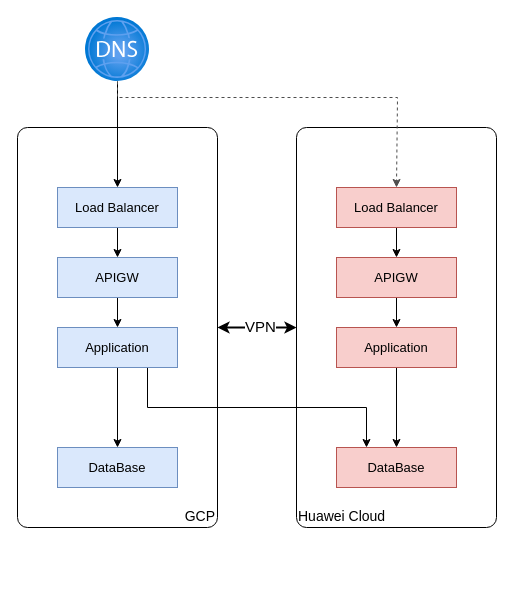
Before: Untitled Diagram.drawio in keliu-chs/mydocs, a draw.io diagram. Source tidied: cells renumbered, new cells numbered last; positions are measured from the earlier drawing's top-left corner, leaving out a move shared by most shapes. Both pictures are drawn from the tidied source at 100%, with x=0, y=0 at pixel (17, 17).
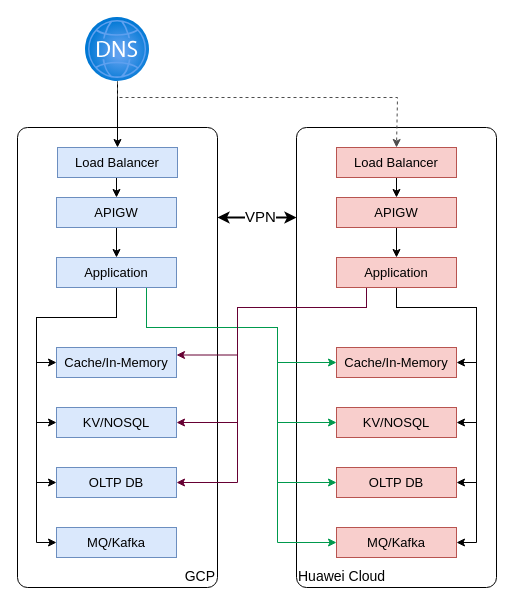
The same page after the edit.

Change to the diagram source:
```diff
@@
-    <mxCell id="2" style="edgeStyle=orthogonalEdgeStyle;rounded=0;jettySize=auto;html=1;exitX=1;exitY=0.5;exitDx=0;exitDy=0;entryX=0;entryY=0.5;entryDx=0;entryDy=0;startArrow=classic;startFill=1;strokeWidth=2;" parent="1" edge="1" source="4" target="5">
-      <mxGeometry relative="1" as="geometry" />
+    <mxCell id="2" style="edgeStyle=orthogonalEdgeStyle;rounded=0;orthogonalLoop=1;jettySize=auto;html=1;exitX=1;exitY=0.25;exitDx=0;exitDy=0;entryX=0;entryY=0.25;entryDx=0;entryDy=0;startArrow=classic;startFill=1;strokeWidth=2;" parent="1" edge="1">
+      <mxGeometry relative="1" as="geometry">
+        <mxPoint x="200" y="200" as="sourcePoint" />
+        <mxPoint x="279" y="200" as="targetPoint" />
+      </mxGeometry>
     </mxCell>
@@
     <mxCell id="4" value="GCP" style="rounded=1;whiteSpace=wrap;html=1;arcSize=5;verticalAlign=bottom;align=right;fontSize=14;" parent="1" vertex="1">
-      <mxGeometry y="110" width="200" height="400" as="geometry" />
+      <mxGeometry y="110" width="200" height="460" as="geometry" />
     </mxCell>
     <mxCell id="5" value="Huawei Cloud" style="rounded=1;whiteSpace=wrap;html=1;arcSize=5;verticalAlign=bottom;align=left;fontSize=14;" parent="1" vertex="1">
-      <mxGeometry x="279" y="110" width="200" height="400" as="geometry" />
+      <mxGeometry x="279" y="110" width="200" height="460" as="geometry" />
     </mxCell>
@@
     <mxCell id="7" value="Load Balancer" style="rounded=0;whiteSpace=wrap;html=1;fillColor=#dae8fc;strokeColor=#6c8ebf;fontSize=13;" parent="1" vertex="1">
-      <mxGeometry x="40" y="170" width="120" height="40" as="geometry" />
+      <mxGeometry x="40" y="130" width="120" height="30" as="geometry" />
     </mxCell>
@@
     <mxCell id="9" value="Load Balancer" style="rounded=0;whiteSpace=wrap;html=1;fillColor=#f8cecc;strokeColor=#b85450;fontSize=13;" parent="1" vertex="1">
-      <mxGeometry x="319" y="170" width="120" height="40" as="geometry" />
+      <mxGeometry x="319" y="130" width="120" height="30" as="geometry" />
     </mxCell>
@@
     <mxCell id="11" value="APIGW" style="rounded=0;whiteSpace=wrap;html=1;fillColor=#dae8fc;strokeColor=#6c8ebf;fontSize=13;" parent="1" vertex="1">
-      <mxGeometry x="40" y="240" width="120" height="40" as="geometry" />
+      <mxGeometry x="39" y="180" width="120" height="30" as="geometry" />
     </mxCell>
@@
     <mxCell id="13" value="APIGW" style="rounded=0;whiteSpace=wrap;html=1;fillColor=#f8cecc;strokeColor=#b85450;fontSize=13;" parent="1" vertex="1">
-      <mxGeometry x="319" y="240" width="120" height="40" as="geometry" />
+      <mxGeometry x="319" y="180" width="120" height="30" as="geometry" />
     </mxCell>
-    <mxCell id="14" style="edgeStyle=orthogonalEdgeStyle;rounded=0;jettySize=auto;html=1;exitX=0.5;exitY=1;exitDx=0;exitDy=0;entryX=0.5;entryY=0;entryDx=0;entryDy=0;fontSize=13;" parent="1" edge="1" source="16" target="19">
+    <mxCell id="14" style="edgeStyle=orthogonalEdgeStyle;rounded=0;jettySize=auto;html=1;exitX=0.5;exitY=1;exitDx=0;exitDy=0;entryX=0;entryY=0.5;entryDx=0;entryDy=0;fontSize=13;" parent="1" edge="1" source="16" target="19">
       <mxGeometry relative="1" as="geometry" />
     </mxCell>
+    <mxCell id="24" style="edgeStyle=orthogonalEdgeStyle;rounded=0;jettySize=auto;html=1;exitX=0.5;exitY=1;exitDx=0;exitDy=0;entryX=0;entryY=0.5;entryDx=0;entryDy=0;" parent="1" edge="1" source="16" target="36">
+      <mxGeometry relative="1" as="geometry">
+        <Array as="points">
+          <mxPoint x="99" y="300" />
+          <mxPoint x="19" y="300" />
+          <mxPoint x="19" y="405" />
+        </Array>
+      </mxGeometry>
+    </mxCell>
+    <mxCell id="25" style="edgeStyle=orthogonalEdgeStyle;rounded=0;jettySize=auto;html=1;exitX=0.5;exitY=1;exitDx=0;exitDy=0;entryX=0;entryY=0.5;entryDx=0;entryDy=0;" parent="1" edge="1" source="16" target="37">
+      <mxGeometry relative="1" as="geometry">
+        <Array as="points">
+          <mxPoint x="99" y="300" />
+          <mxPoint x="19" y="300" />
+          <mxPoint x="19" y="465" />
+        </Array>
+      </mxGeometry>
+    </mxCell>
+    <mxCell id="26" style="edgeStyle=orthogonalEdgeStyle;rounded=0;jettySize=auto;html=1;exitX=0.5;exitY=1;exitDx=0;exitDy=0;entryX=0;entryY=0.5;entryDx=0;entryDy=0;" parent="1" edge="1" source="16" target="40">
+      <mxGeometry relative="1" as="geometry">
+        <Array as="points">
+          <mxPoint x="99" y="300" />
+          <mxPoint x="19" y="300" />
+          <mxPoint x="19" y="525" />
+        </Array>
+      </mxGeometry>
+    </mxCell>
+    <mxCell id="27" style="edgeStyle=orthogonalEdgeStyle;rounded=0;jettySize=auto;html=1;exitX=0.75;exitY=1;exitDx=0;exitDy=0;entryX=0;entryY=0.5;entryDx=0;entryDy=0;strokeColor=#00994D;" parent="1" edge="1" source="16" target="38">
+      <mxGeometry relative="1" as="geometry">
+        <Array as="points">
+          <mxPoint x="129" y="310" />
+          <mxPoint x="260" y="310" />
+          <mxPoint x="260" y="405" />
+        </Array>
+      </mxGeometry>
+    </mxCell>
-    <mxCell id="15" style="edgeStyle=orthogonalEdgeStyle;rounded=0;jettySize=auto;html=1;exitX=0.75;exitY=1;exitDx=0;exitDy=0;entryX=0.25;entryY=0;entryDx=0;entryDy=0;" parent="1" edge="1" source="16" target="20">
-      <mxGeometry relative="1" as="geometry" />
+    <mxCell id="15" style="edgeStyle=orthogonalEdgeStyle;rounded=0;jettySize=auto;html=1;exitX=0.75;exitY=1;exitDx=0;exitDy=0;entryX=0;entryY=0.5;entryDx=0;entryDy=0;strokeColor=#00994D;" parent="1" edge="1" source="16" target="20">
+      <mxGeometry relative="1" as="geometry">
+        <Array as="points">
+          <mxPoint x="129" y="310" />
+          <mxPoint x="260" y="310" />
+          <mxPoint x="260" y="345" />
+        </Array>
+      </mxGeometry>
     </mxCell>
+    <mxCell id="28" style="edgeStyle=orthogonalEdgeStyle;rounded=0;jettySize=auto;html=1;exitX=0.75;exitY=1;exitDx=0;exitDy=0;entryX=0;entryY=0.5;entryDx=0;entryDy=0;strokeColor=#00994D;" parent="1" edge="1" source="16" target="39">
+      <mxGeometry relative="1" as="geometry">
+        <Array as="points">
+          <mxPoint x="129" y="310" />
+          <mxPoint x="260" y="310" />
+          <mxPoint x="260" y="465" />
+        </Array>
+      </mxGeometry>
+    </mxCell>
+    <mxCell id="29" style="edgeStyle=orthogonalEdgeStyle;rounded=0;jettySize=auto;html=1;exitX=0.75;exitY=1;exitDx=0;exitDy=0;entryX=0;entryY=0.5;entryDx=0;entryDy=0;strokeColor=#00994D;" parent="1" edge="1" source="16" target="41">
+      <mxGeometry relative="1" as="geometry">
+        <Array as="points">
+          <mxPoint x="129" y="310" />
+          <mxPoint x="260" y="310" />
+          <mxPoint x="260" y="525" />
+        </Array>
+      </mxGeometry>
+    </mxCell>
     <mxCell id="16" value="Application" style="rounded=0;whiteSpace=wrap;html=1;fillColor=#dae8fc;strokeColor=#6c8ebf;fontSize=13;" parent="1" vertex="1">
-      <mxGeometry x="40" y="310" width="120" height="40" as="geometry" />
+      <mxGeometry x="39" y="240" width="120" height="30" as="geometry" />
     </mxCell>
+    <mxCell id="30" style="edgeStyle=orthogonalEdgeStyle;rounded=0;jettySize=auto;html=1;exitX=0.25;exitY=1;exitDx=0;exitDy=0;entryX=1;entryY=0.25;entryDx=0;entryDy=0;strokeColor=#660033;" parent="1" edge="1" source="18" target="19">
+      <mxGeometry relative="1" as="geometry">
+        <Array as="points">
+          <mxPoint x="349" y="290" />
+          <mxPoint x="220" y="290" />
+          <mxPoint x="220" y="338" />
+        </Array>
+      </mxGeometry>
+    </mxCell>
+    <mxCell id="31" style="edgeStyle=orthogonalEdgeStyle;rounded=0;jettySize=auto;html=1;exitX=0.25;exitY=1;exitDx=0;exitDy=0;entryX=1;entryY=0.5;entryDx=0;entryDy=0;strokeColor=#660033;" parent="1" edge="1" source="18" target="36">
+      <mxGeometry relative="1" as="geometry">
+        <Array as="points">
+          <mxPoint x="349" y="290" />
+          <mxPoint x="220" y="290" />
+          <mxPoint x="220" y="405" />
+        </Array>
+      </mxGeometry>
+    </mxCell>
+    <mxCell id="32" style="edgeStyle=orthogonalEdgeStyle;rounded=0;jettySize=auto;html=1;exitX=0.25;exitY=1;exitDx=0;exitDy=0;entryX=1;entryY=0.5;entryDx=0;entryDy=0;strokeColor=#660033;" parent="1" edge="1" source="18" target="37">
+      <mxGeometry relative="1" as="geometry">
+        <Array as="points">
+          <mxPoint x="349" y="290" />
+          <mxPoint x="220" y="290" />
+          <mxPoint x="220" y="465" />
+        </Array>
+      </mxGeometry>
+    </mxCell>
+    <mxCell id="33" style="edgeStyle=orthogonalEdgeStyle;rounded=0;jettySize=auto;html=1;exitX=0.5;exitY=1;exitDx=0;exitDy=0;entryX=1;entryY=0.5;entryDx=0;entryDy=0;" parent="1" edge="1" source="18" target="39">
+      <mxGeometry relative="1" as="geometry">
+        <Array as="points">
+          <mxPoint x="379" y="290" />
+          <mxPoint x="459" y="290" />
+          <mxPoint x="459" y="465" />
+        </Array>
+      </mxGeometry>
+    </mxCell>
-    <mxCell id="17" style="edgeStyle=orthogonalEdgeStyle;rounded=0;jettySize=auto;html=1;exitX=0.5;exitY=1;exitDx=0;exitDy=0;entryX=0.5;entryY=0;entryDx=0;entryDy=0;fontSize=13;" parent="1" edge="1" source="18" target="20">
-      <mxGeometry relative="1" as="geometry" />
+    <mxCell id="17" style="edgeStyle=orthogonalEdgeStyle;rounded=0;jettySize=auto;html=1;exitX=0.5;exitY=1;exitDx=0;exitDy=0;entryX=1;entryY=0.5;entryDx=0;entryDy=0;" parent="1" edge="1" source="18" target="20">
+      <mxGeometry relative="1" as="geometry">
+        <Array as="points">
+          <mxPoint x="379" y="290" />
+          <mxPoint x="459" y="290" />
+          <mxPoint x="459" y="345" />
+        </Array>
+      </mxGeometry>
     </mxCell>
+    <mxCell id="34" style="edgeStyle=orthogonalEdgeStyle;rounded=0;jettySize=auto;html=1;exitX=0.5;exitY=1;exitDx=0;exitDy=0;entryX=1;entryY=0.5;entryDx=0;entryDy=0;" parent="1" edge="1" source="18" target="38">
+      <mxGeometry relative="1" as="geometry">
+        <Array as="points">
+          <mxPoint x="379" y="290" />
+          <mxPoint x="459" y="290" />
+          <mxPoint x="459" y="405" />
+        </Array>
+      </mxGeometry>
+    </mxCell>
+    <mxCell id="35" style="edgeStyle=orthogonalEdgeStyle;rounded=0;jettySize=auto;html=1;exitX=0.5;exitY=1;exitDx=0;exitDy=0;entryX=1;entryY=0.5;entryDx=0;entryDy=0;" parent="1" edge="1" source="18" target="41">
+      <mxGeometry relative="1" as="geometry">
+        <Array as="points">
+          <mxPoint x="379" y="290" />
+          <mxPoint x="459" y="290" />
+          <mxPoint x="459" y="525" />
+        </Array>
+      </mxGeometry>
+    </mxCell>
     <mxCell id="18" value="Application" style="rounded=0;whiteSpace=wrap;html=1;fillColor=#f8cecc;strokeColor=#b85450;fontSize=13;" parent="1" vertex="1">
-      <mxGeometry x="319" y="310" width="120" height="40" as="geometry" />
+      <mxGeometry x="319" y="240" width="120" height="30" as="geometry" />
     </mxCell>
-    <mxCell id="19" value="DataBase" style="rounded=0;whiteSpace=wrap;html=1;fillColor=#dae8fc;strokeColor=#6c8ebf;fontSize=13;" parent="1" vertex="1">
-      <mxGeometry x="40" y="430" width="120" height="40" as="geometry" />
+    <mxCell id="19" value="Cache/In-Memory" style="rounded=0;whiteSpace=wrap;html=1;fillColor=#dae8fc;strokeColor=#6c8ebf;fontSize=13;" parent="1" vertex="1">
+      <mxGeometry x="39" y="330" width="120" height="30" as="geometry" />
     </mxCell>
-    <mxCell id="20" value="DataBase" style="rounded=0;whiteSpace=wrap;html=1;fillColor=#f8cecc;strokeColor=#b85450;fontSize=13;" parent="1" vertex="1">
-      <mxGeometry x="319" y="430" width="120" height="40" as="geometry" />
+    <mxCell id="20" value="Cache/In-Memory" style="rounded=0;whiteSpace=wrap;html=1;fillColor=#f8cecc;strokeColor=#b85450;fontSize=13;" parent="1" vertex="1">
+      <mxGeometry x="319" y="330" width="120" height="30" as="geometry" />
     </mxCell>
@@
+    <mxCell id="36" value="KV/NOSQL" style="rounded=0;whiteSpace=wrap;html=1;fillColor=#dae8fc;strokeColor=#6c8ebf;fontSize=13;" parent="1" vertex="1">
+      <mxGeometry x="39" y="390" width="120" height="30" as="geometry" />
+    </mxCell>
+    <mxCell id="37" value="OLTP DB" style="rounded=0;whiteSpace=wrap;html=1;fillColor=#dae8fc;strokeColor=#6c8ebf;fontSize=13;" parent="1" vertex="1">
+      <mxGeometry x="39" y="450" width="120" height="30" as="geometry" />
+    </mxCell>
+    <mxCell id="38" value="KV/NOSQL" style="rounded=0;whiteSpace=wrap;html=1;fillColor=#f8cecc;strokeColor=#b85450;fontSize=13;" parent="1" vertex="1">
+      <mxGeometry x="319" y="390" width="120" height="30" as="geometry" />
+    </mxCell>
+    <mxCell id="39" value="OLTP DB" style="rounded=0;whiteSpace=wrap;html=1;fillColor=#f8cecc;strokeColor=#b85450;fontSize=13;" parent="1" vertex="1">
+      <mxGeometry x="319" y="450" width="120" height="30" as="geometry" />
+    </mxCell>
+    <mxCell id="40" value="MQ/Kafka" style="rounded=0;whiteSpace=wrap;html=1;fillColor=#dae8fc;strokeColor=#6c8ebf;fontSize=13;" parent="1" vertex="1">
+      <mxGeometry x="39" y="510" width="120" height="30" as="geometry" />
+    </mxCell>
+    <mxCell id="41" value="MQ/Kafka" style="rounded=0;whiteSpace=wrap;html=1;fillColor=#f8cecc;strokeColor=#b85450;fontSize=13;" parent="1" vertex="1">
+      <mxGeometry x="319" y="510" width="120" height="30" as="geometry" />
+    </mxCell>
```
